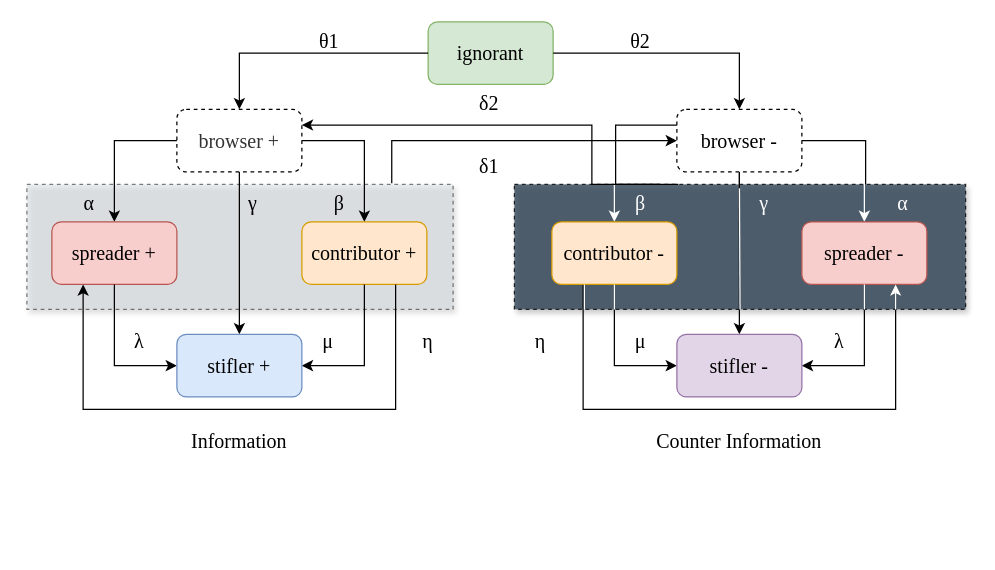
Above: Copy of cms.drawio in CharmonyShen/text-to-speech (draw.io), before the change. Source tidied: cells renumbered, new cells numbered last; positions are measured from the earlier drawing's top-left corner, leaving out a move shared by most shapes. Both pictures are drawn from the tidied source at 125%, with x=0, y=0 at pixel (26, 21).
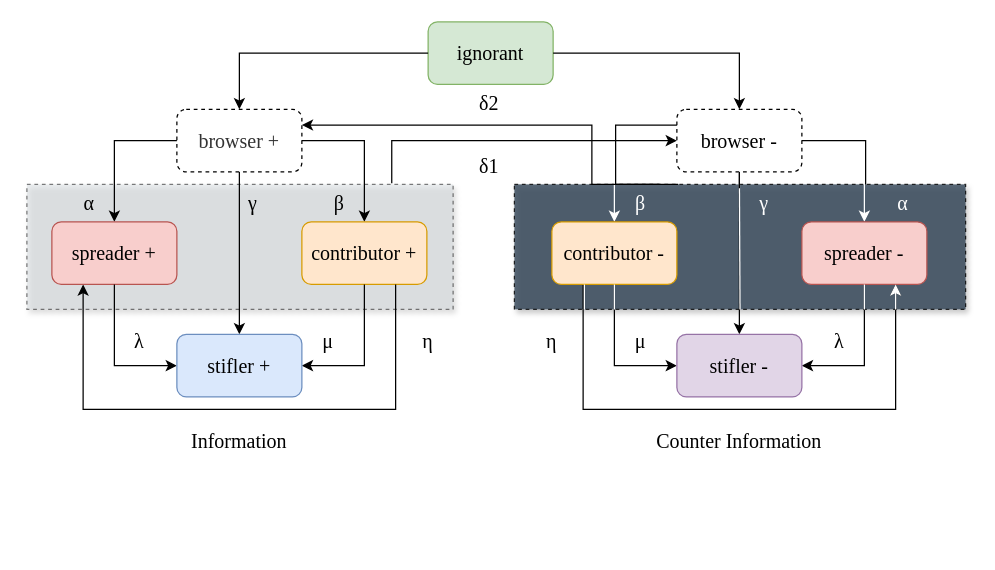
The same diagram, later.

Diff of the diagram source:
```diff
@@
-    <mxCell id="35" value="θ1" style="text;html=1;strokeColor=none;fillColor=none;align=center;verticalAlign=middle;whiteSpace=wrap;rounded=0;fontFamily=Times New Roman;fontSize=16;" parent="1" vertex="1">
-      <mxGeometry x="212" width="60" height="30" as="geometry" />
-    </mxCell>
-    <mxCell id="36" value="θ2" style="text;html=1;strokeColor=none;fillColor=none;align=center;verticalAlign=middle;whiteSpace=wrap;rounded=0;fontFamily=Times New Roman;fontSize=16;" parent="1" vertex="1">
-      <mxGeometry x="461" width="60" height="30" as="geometry" />
-    </mxCell>
@@
     <mxCell id="50" value="η" style="text;html=1;strokeColor=none;fillColor=none;align=center;verticalAlign=middle;whiteSpace=wrap;rounded=0;fontFamily=Times New Roman;fontSize=16;" parent="1" vertex="1">
-      <mxGeometry x="381" y="240" width="60" height="30" as="geometry" />
+      <mxGeometry x="390" y="240" width="60" height="30" as="geometry" />
     </mxCell>
```
